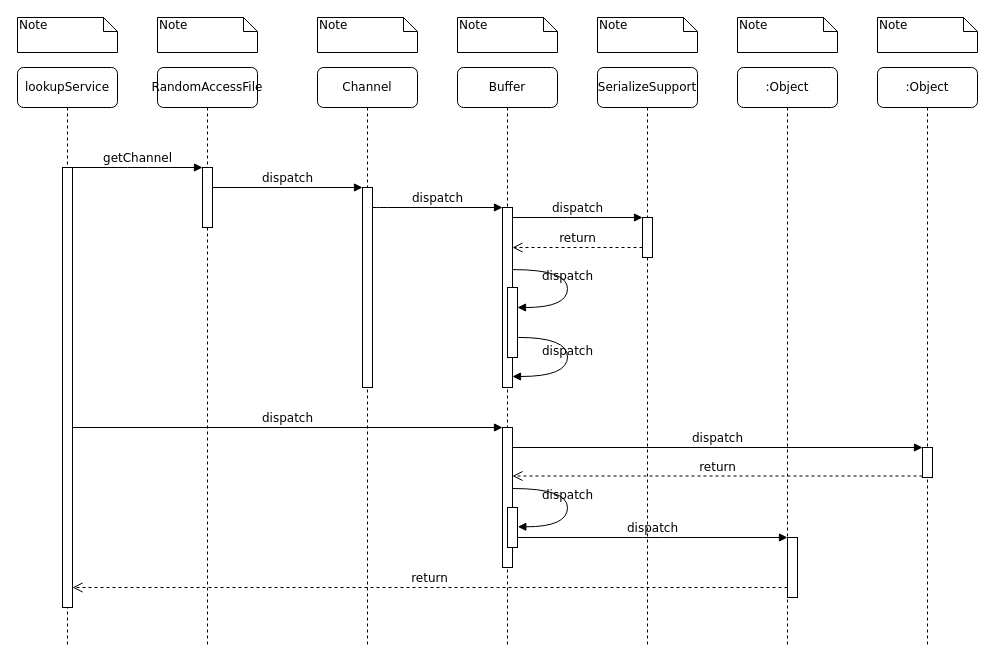
yang2yang/Transformers keeps this draw.io diagram as src/main/java/Untitled Diagram.drawio. Above is the earlier version. Source tidied: cells renumbered, new cells numbered last; positions are measured from the earlier drawing's top-left corner, leaving out a move shared by most shapes. Both pictures are drawn from the tidied source at 100%, with x=0, y=0 at pixel (17, 17).
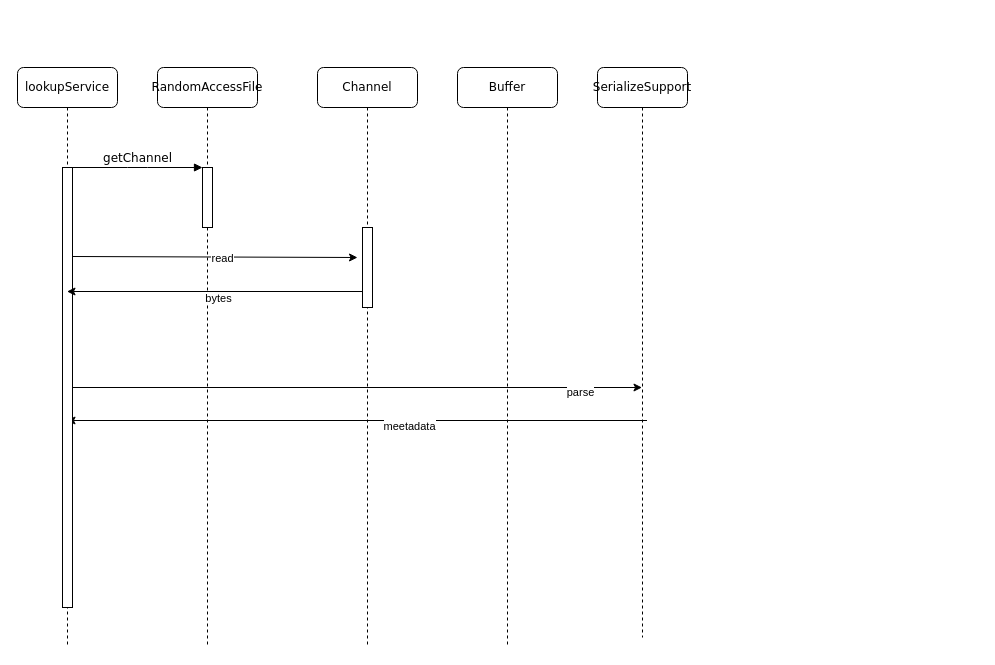
After the change.

Unchanged cells that the change refers to:
```xml
<mxCell id="3" style="html=1;points=[];perimeter=orthogonalPerimeter;rounded=0;shadow=0;comic=0;labelBackgroundColor=none;strokeWidth=1;fontFamily=Verdana;fontSize=12;align=center;" parent="2" vertex="1">
  <mxGeometry x="45" y="100" width="10" height="60" as="geometry" />
</mxCell>
<mxCell id="4" value="Channel" style="shape=umlLifeline;perimeter=lifelinePerimeter;whiteSpace=wrap;html=1;rounded=1;shadow=0;comic=0;labelBackgroundColor=none;strokeWidth=1;fontFamily=Verdana;fontSize=12;align=center;" parent="1" vertex="1">
  <mxGeometry x="300" y="50" width="100" height="580" as="geometry" />
</mxCell>
<mxCell id="10" value="lookupService" style="shape=umlLifeline;perimeter=lifelinePerimeter;whiteSpace=wrap;html=1;outlineConnect=0;rounded=1;shadow=0;comic=0;labelBackgroundColor=none;strokeWidth=1;fontFamily=Verdana;fontSize=12;align=center;" parent="1" vertex="1">
  <mxGeometry y="50" width="100" height="580" as="geometry" />
</mxCell>
<mxCell id="11" style="html=1;points=[];perimeter=orthogonalPerimeter;rounded=0;shadow=0;comic=0;labelBackgroundColor=none;strokeWidth=1;fontFamily=Verdana;fontSize=12;align=center;" parent="10" vertex="1">
  <mxGeometry x="45" y="100" width="10" height="440" as="geometry" />
</mxCell>
```

Change to the diagram source:
```diff
@@
     <mxCell id="5" style="html=1;points=[];perimeter=orthogonalPerimeter;rounded=0;shadow=0;comic=0;labelBackgroundColor=none;strokeWidth=1;fontFamily=Verdana;fontSize=12;align=center;" parent="4" vertex="1">
-      <mxGeometry x="45" y="120" width="10" height="200" as="geometry" />
+      <mxGeometry x="45" y="160" width="10" height="80" as="geometry" />
     </mxCell>
@@
+    <mxCell id="39" style="edgeStyle=none;rounded=0;jettySize=auto;html=1;" parent="1" edge="1" target="10">
+      <mxGeometry relative="1" as="geometry">
+        <mxPoint x="629.5" y="403" as="sourcePoint" />
+      </mxGeometry>
+    </mxCell>
+    <mxCell id="40" value="meetadata" style="edgeLabel;html=1;align=center;verticalAlign=middle;" parent="39" vertex="1">
+      <mxGeometry x="-0.18" y="5" relative="1" as="geometry" />
+    </mxCell>
     <mxCell id="7" value="SerializeSupport" style="shape=umlLifeline;perimeter=lifelinePerimeter;whiteSpace=wrap;html=1;outlineConnect=0;rounded=1;shadow=0;comic=0;labelBackgroundColor=none;strokeWidth=1;fontFamily=Verdana;fontSize=12;align=center;" parent="1" vertex="1">
-      <mxGeometry x="580" y="50" width="100" height="580" as="geometry" />
+      <mxGeometry x="580" y="50" width="90" height="570" as="geometry" />
     </mxCell>
-    <mxCell id="8" value=":Object" style="shape=umlLifeline;perimeter=lifelinePerimeter;whiteSpace=wrap;html=1;rounded=1;shadow=0;comic=0;labelBackgroundColor=none;strokeWidth=1;fontFamily=Verdana;fontSize=12;align=center;" parent="1" vertex="1">
-      <mxGeometry x="720" y="50" width="100" height="580" as="geometry" />
-    </mxCell>
-    <mxCell id="9" value=":Object" style="shape=umlLifeline;perimeter=lifelinePerimeter;whiteSpace=wrap;html=1;rounded=1;shadow=0;comic=0;labelBackgroundColor=none;strokeWidth=1;fontFamily=Verdana;fontSize=12;align=center;" parent="1" vertex="1">
-      <mxGeometry x="860" y="50" width="100" height="580" as="geometry" />
-    </mxCell>
@@
-    <mxCell id="12" style="html=1;points=[];perimeter=orthogonalPerimeter;rounded=0;shadow=0;comic=0;labelBackgroundColor=none;strokeWidth=1;fontFamily=Verdana;fontSize=12;align=center;" parent="1" vertex="1">
-      <mxGeometry x="485" y="190" width="10" height="180" as="geometry" />
-    </mxCell>
-    <mxCell id="13" value="dispatch" style="html=1;verticalAlign=bottom;endArrow=block;labelBackgroundColor=none;fontFamily=Verdana;fontSize=12;edgeStyle=elbowEdgeStyle;elbow=vertical;" parent="1" edge="1" source="5" target="12">
-      <mxGeometry relative="1" as="geometry">
-        <Array as="points">
-          <mxPoint x="360" y="190" />
-        </Array>
-      </mxGeometry>
-    </mxCell>
-    <mxCell id="14" style="html=1;points=[];perimeter=orthogonalPerimeter;rounded=0;shadow=0;comic=0;labelBackgroundColor=none;strokeWidth=1;fontFamily=Verdana;fontSize=12;align=center;" parent="1" vertex="1">
-      <mxGeometry x="625" y="200" width="10" height="40" as="geometry" />
-    </mxCell>
-    <mxCell id="15" value="dispatch" style="html=1;verticalAlign=bottom;endArrow=block;entryX=0;entryY=0;labelBackgroundColor=none;fontFamily=Verdana;fontSize=12;edgeStyle=elbowEdgeStyle;elbow=vertical;" parent="1" edge="1" source="12" target="14">
-      <mxGeometry relative="1" as="geometry" />
-    </mxCell>
-    <mxCell id="16" value="return" style="html=1;verticalAlign=bottom;endArrow=open;dashed=1;endSize=8;labelBackgroundColor=none;fontFamily=Verdana;fontSize=12;edgeStyle=elbowEdgeStyle;elbow=vertical;" parent="1" edge="1" source="14" target="12">
-      <mxGeometry relative="1" as="geometry">
-        <Array as="points">
-          <mxPoint x="570" y="230" />
-          <mxPoint x="600" y="230" />
-        </Array>
-      </mxGeometry>
-    </mxCell>
-    <mxCell id="17" style="html=1;points=[];perimeter=orthogonalPerimeter;rounded=0;shadow=0;comic=0;labelBackgroundColor=none;strokeWidth=1;fontFamily=Verdana;fontSize=12;align=center;" parent="1" vertex="1">
-      <mxGeometry x="485" y="410" width="10" height="140" as="geometry" />
-    </mxCell>
-    <mxCell id="18" value="dispatch" style="html=1;verticalAlign=bottom;endArrow=block;entryX=0;entryY=0;labelBackgroundColor=none;fontFamily=Verdana;fontSize=12;" parent="1" edge="1" source="11" target="17">
-      <mxGeometry relative="1" as="geometry" />
-    </mxCell>
-    <mxCell id="19" style="html=1;points=[];perimeter=orthogonalPerimeter;rounded=0;shadow=0;comic=0;labelBackgroundColor=none;strokeColor=#000000;strokeWidth=1;fillColor=#FFFFFF;fontFamily=Verdana;fontSize=12;fontColor=#000000;align=center;" parent="1" vertex="1">
-      <mxGeometry x="905" y="430" width="10" height="30" as="geometry" />
-    </mxCell>
-    <mxCell id="20" value="dispatch" style="html=1;verticalAlign=bottom;endArrow=block;entryX=0;entryY=0;labelBackgroundColor=none;fontFamily=Verdana;fontSize=12;" parent="1" edge="1" source="17" target="19">
-      <mxGeometry relative="1" as="geometry" />
-    </mxCell>
-    <mxCell id="21" value="return" style="html=1;verticalAlign=bottom;endArrow=open;dashed=1;endSize=8;exitX=0;exitY=0.95;labelBackgroundColor=none;fontFamily=Verdana;fontSize=12;" parent="1" edge="1" source="19" target="17">
-      <mxGeometry relative="1" as="geometry" />
-    </mxCell>
-    <mxCell id="22" style="html=1;points=[];perimeter=orthogonalPerimeter;rounded=0;shadow=0;comic=0;labelBackgroundColor=none;strokeWidth=1;fontFamily=Verdana;fontSize=12;align=center;" parent="1" vertex="1">
-      <mxGeometry x="770" y="520" width="10" height="60" as="geometry" />
-    </mxCell>
-    <mxCell id="23" value="dispatch" style="html=1;verticalAlign=bottom;endArrow=block;entryX=0;entryY=0;labelBackgroundColor=none;fontFamily=Verdana;fontSize=12;edgeStyle=elbowEdgeStyle;elbow=vertical;" parent="1" edge="1" source="30" target="22">
-      <mxGeometry relative="1" as="geometry" />
-    </mxCell>
-    <mxCell id="24" value="return" style="html=1;verticalAlign=bottom;endArrow=open;dashed=1;endSize=8;labelBackgroundColor=none;fontFamily=Verdana;fontSize=12;edgeStyle=elbowEdgeStyle;elbow=vertical;" parent="1" edge="1" source="22" target="11">
-      <mxGeometry relative="1" as="geometry">
-        <Array as="points">
-          <mxPoint x="470" y="570" />
-        </Array>
-      </mxGeometry>
-    </mxCell>
@@
-    <mxCell id="26" value="dispatch" style="html=1;verticalAlign=bottom;endArrow=block;entryX=0;entryY=0;labelBackgroundColor=none;fontFamily=Verdana;fontSize=12;edgeStyle=elbowEdgeStyle;elbow=vertical;" parent="1" edge="1" source="3" target="5">
-      <mxGeometry relative="1" as="geometry" />
-    </mxCell>
-    <mxCell id="27" style="html=1;points=[];perimeter=orthogonalPerimeter;rounded=0;shadow=0;comic=0;labelBackgroundColor=none;strokeWidth=1;fontFamily=Verdana;fontSize=12;align=center;" parent="1" vertex="1">
-      <mxGeometry x="490" y="270" width="10" height="70" as="geometry" />
-    </mxCell>
-    <mxCell id="28" value="dispatch" style="html=1;verticalAlign=bottom;endArrow=block;labelBackgroundColor=none;fontFamily=Verdana;fontSize=12;elbow=vertical;edgeStyle=orthogonalEdgeStyle;curved=1;entryX=1;entryY=0.286;entryPerimeter=0;exitX=1.038;exitY=0.345;exitPerimeter=0;" parent="1" edge="1" source="12" target="27">
-      <mxGeometry relative="1" as="geometry">
-        <Array as="points">
-          <mxPoint x="550" y="252" />
-          <mxPoint x="550" y="290" />
-        </Array>
-      </mxGeometry>
-    </mxCell>
-    <mxCell id="29" value="dispatch" style="html=1;verticalAlign=bottom;endArrow=block;labelBackgroundColor=none;fontFamily=Verdana;fontSize=12;elbow=vertical;edgeStyle=orthogonalEdgeStyle;curved=1;exitX=1.066;exitY=0.713;exitPerimeter=0;" parent="1" edge="1" source="27">
-      <mxGeometry relative="1" as="geometry">
-        <mxPoint x="495" y="359" as="targetPoint" />
-        <Array as="points">
-          <mxPoint x="550" y="320" />
-          <mxPoint x="550" y="359" />
-        </Array>
-      </mxGeometry>
-    </mxCell>
-    <mxCell id="30" style="html=1;points=[];perimeter=orthogonalPerimeter;rounded=0;shadow=0;comic=0;labelBackgroundColor=none;strokeWidth=1;fontFamily=Verdana;fontSize=12;align=center;" parent="1" vertex="1">
-      <mxGeometry x="490" y="490" width="10" height="40" as="geometry" />
-    </mxCell>
-    <mxCell id="31" value="dispatch" style="html=1;verticalAlign=bottom;endArrow=block;labelBackgroundColor=none;fontFamily=Verdana;fontSize=12;elbow=vertical;edgeStyle=orthogonalEdgeStyle;curved=1;entryX=1;entryY=0.286;entryPerimeter=0;exitX=1.038;exitY=0.345;exitPerimeter=0;" parent="1" edge="1">
-      <mxGeometry relative="1" as="geometry">
-        <mxPoint x="495.3" y="471" as="sourcePoint" />
-        <mxPoint x="500.3" y="509.3" as="targetPoint" />
-        <Array as="points">
-          <mxPoint x="550" y="471" />
-          <mxPoint x="550" y="509" />
-        </Array>
-      </mxGeometry>
-    </mxCell>
-    <mxCell id="32" value="Note" style="shape=note;whiteSpace=wrap;html=1;size=14;verticalAlign=top;align=left;spacingTop=-6;rounded=0;shadow=0;comic=0;labelBackgroundColor=none;strokeWidth=1;fontFamily=Verdana;fontSize=12;" parent="1" vertex="1">
-      <mxGeometry width="100" height="35" as="geometry" />
-    </mxCell>
-    <mxCell id="33" value="Note" style="shape=note;whiteSpace=wrap;html=1;size=14;verticalAlign=top;align=left;spacingTop=-6;rounded=0;shadow=0;comic=0;labelBackgroundColor=none;strokeWidth=1;fontFamily=Verdana;fontSize=12;" parent="1" vertex="1">
-      <mxGeometry x="140" width="100" height="35" as="geometry" />
-    </mxCell>
-    <mxCell id="34" value="Note" style="shape=note;whiteSpace=wrap;html=1;size=14;verticalAlign=top;align=left;spacingTop=-6;rounded=0;shadow=0;comic=0;labelBackgroundColor=none;strokeWidth=1;fontFamily=Verdana;fontSize=12;" parent="1" vertex="1">
-      <mxGeometry x="300" width="100" height="35" as="geometry" />
-    </mxCell>
-    <mxCell id="35" value="Note" style="shape=note;whiteSpace=wrap;html=1;size=14;verticalAlign=top;align=left;spacingTop=-6;rounded=0;shadow=0;comic=0;labelBackgroundColor=none;strokeWidth=1;fontFamily=Verdana;fontSize=12;" parent="1" vertex="1">
-      <mxGeometry x="440" width="100" height="35" as="geometry" />
-    </mxCell>
-    <mxCell id="36" value="Note" style="shape=note;whiteSpace=wrap;html=1;size=14;verticalAlign=top;align=left;spacingTop=-6;rounded=0;shadow=0;comic=0;labelBackgroundColor=none;strokeWidth=1;fontFamily=Verdana;fontSize=12;" parent="1" vertex="1">
-      <mxGeometry x="580" width="100" height="35" as="geometry" />
-    </mxCell>
-    <mxCell id="37" value="Note" style="shape=note;whiteSpace=wrap;html=1;size=14;verticalAlign=top;align=left;spacingTop=-6;rounded=0;shadow=0;comic=0;labelBackgroundColor=none;strokeWidth=1;fontFamily=Verdana;fontSize=12;" parent="1" vertex="1">
-      <mxGeometry x="720" width="100" height="35" as="geometry" />
-    </mxCell>
-    <mxCell id="38" value="Note" style="shape=note;whiteSpace=wrap;html=1;size=14;verticalAlign=top;align=left;spacingTop=-6;rounded=0;shadow=0;comic=0;labelBackgroundColor=none;strokeWidth=1;fontFamily=Verdana;fontSize=12;" parent="1" vertex="1">
-      <mxGeometry x="860" width="100" height="35" as="geometry" />
-    </mxCell>
+    <mxCell id="41" style="edgeStyle=none;rounded=0;orthogonalLoop=1;jettySize=auto;html=1;" parent="1" edge="1">
+      <mxGeometry relative="1" as="geometry">
+        <mxPoint x="55" y="239" as="sourcePoint" />
+        <mxPoint x="340" y="240" as="targetPoint" />
+      </mxGeometry>
+    </mxCell>
+    <mxCell id="42" value="read" style="edgeLabel;html=1;align=center;verticalAlign=middle;" parent="41" vertex="1">
+      <mxGeometry x="0.4" y="2" relative="1" as="geometry">
+        <mxPoint x="-51" y="3" as="offset" />
+      </mxGeometry>
+    </mxCell>
+    <mxCell id="43" style="edgeStyle=none;rounded=0;orthogonalLoop=1;jettySize=auto;html=1;" parent="1" edge="1">
+      <mxGeometry relative="1" as="geometry">
+        <mxPoint x="345" y="274" as="sourcePoint" />
+        <mxPoint x="49.5" y="274" as="targetPoint" />
+      </mxGeometry>
+    </mxCell>
+    <mxCell id="44" value="bytes" style="edgeLabel;html=1;align=center;verticalAlign=middle;" parent="43" vertex="1">
+      <mxGeometry x="-0.42" y="1" relative="1" as="geometry">
+        <mxPoint x="-59" y="5" as="offset" />
+      </mxGeometry>
+    </mxCell>
+    <mxCell id="45" style="edgeStyle=none;rounded=0;jettySize=auto;html=1;" parent="1" edge="1" source="11" target="7">
+      <mxGeometry relative="1" as="geometry" />
+    </mxCell>
+    <mxCell id="46" value="parse" style="edgeLabel;html=1;align=center;verticalAlign=middle;" parent="45" vertex="1">
+      <mxGeometry x="0.78" y="-4" relative="1" as="geometry" />
+    </mxCell>
```
